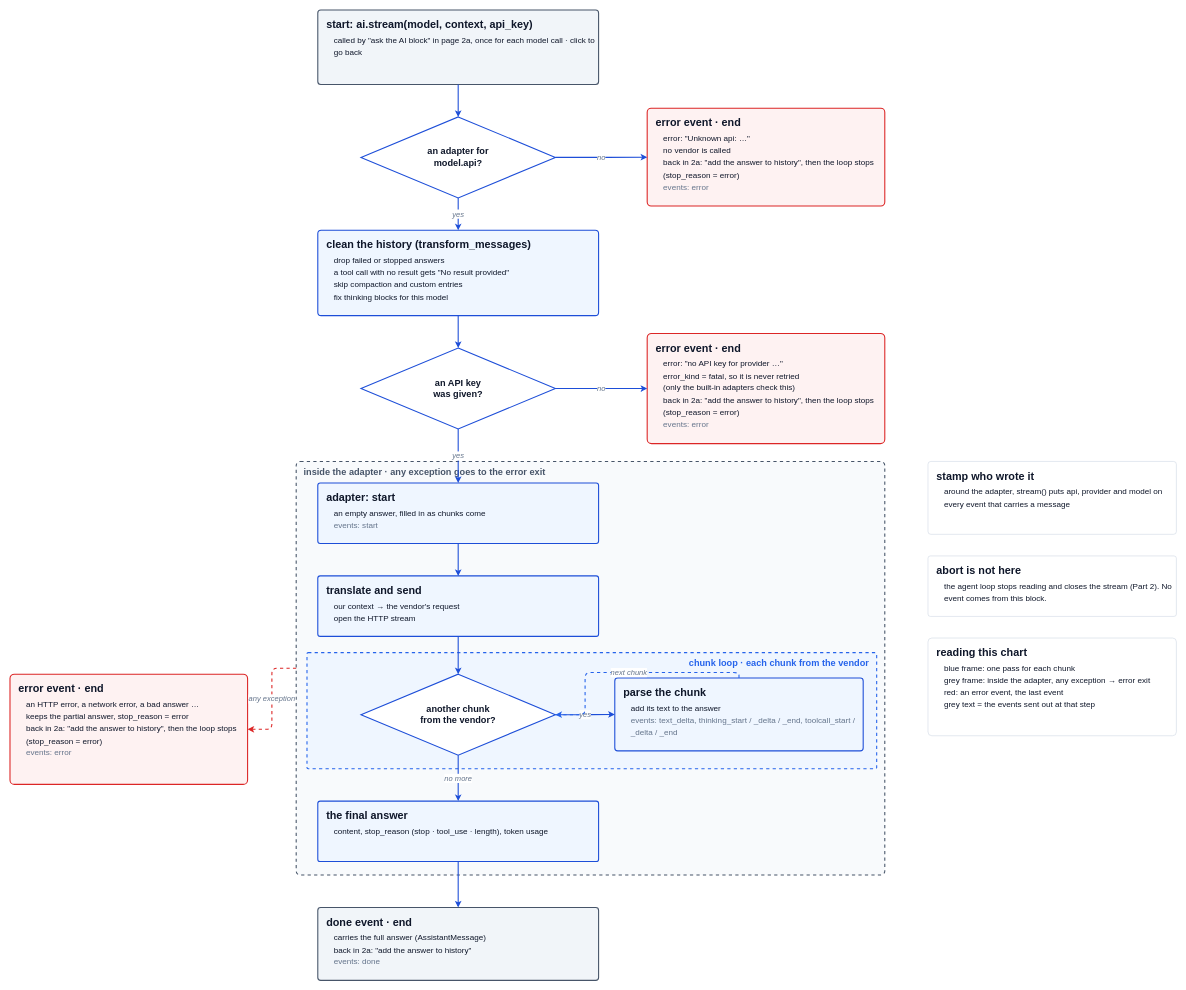
The draw.io diagram page "1a · ai.stream (flowchart)" (4 of 4) of docs/guidebook/img/architecture.drawio in danhugo/simp-agent, before the edit. Source tidied: cells renumbered, new cells numbered last; positions are measured from the earlier drawing's top-left corner, leaving out a move shared by most shapes. Both pictures are drawn from the tidied source at 54%, with x=0, y=0 at pixel (10, 10).
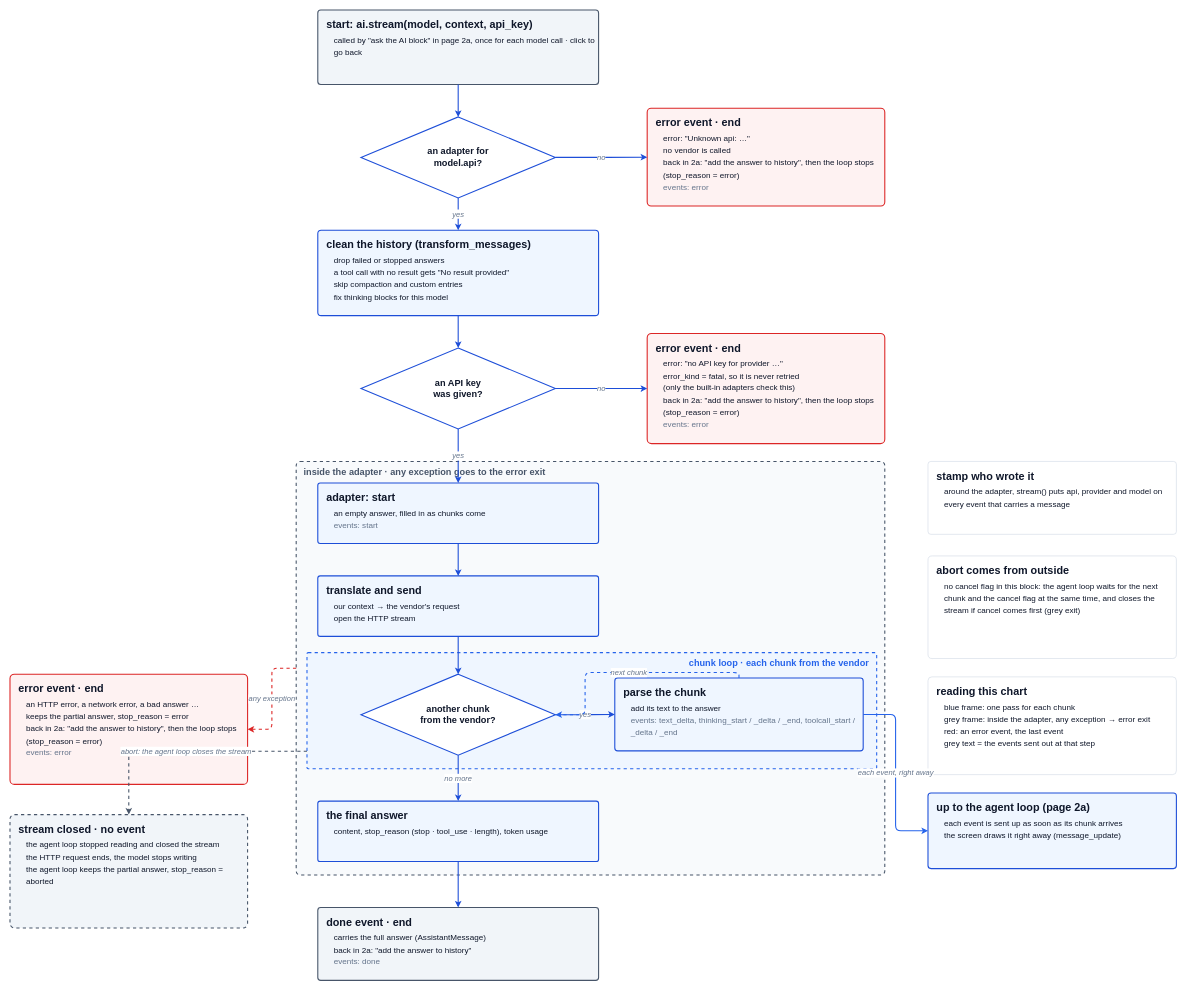
After the change.

Commit message (it also covers changes not shown here):
docs(guidebook): flowcharts show live streaming and abort from outside

The change refers to these unchanged cells:
```xml
<mxCell id="3" value="chunk loop · each chunk from the vendor" style="rounded=1;arcSize=1;whiteSpace=wrap;html=1;dashed=1;strokeWidth=2;fillColor=#eff6ff;strokeColor=#2563eb;fontColor=#2563eb;fontSize=17;fontStyle=1;verticalAlign=top;align=right;spacingLeft=12;spacingRight=12;spacingTop=4;" parent="1" vertex="1">
  <mxGeometry x="550" y="1190" width="1055" height="215" as="geometry" />
</mxCell>
<mxCell id="13" value="&lt;b style=&quot;font-size:20px&quot;&gt;parse the chunk&lt;/b&gt;&lt;div style=&quot;font-size:15px;line-height:1.5;margin-top:6px;padding-left:14px&quot;&gt;add its text to the answer&lt;br&gt;&lt;span style=&quot;color:#64748b&quot;&gt;events: text_delta, thinking_start / _delta / _end, toolcall_start / _delta / _end&lt;/span&gt;&lt;/div&gt;" style="whiteSpace=wrap;html=1;align=left;verticalAlign=top;spacingLeft=14;spacingTop=8;rounded=1;arcSize=4;strokeWidth=2;fontColor=#0f172a;fillColor=#eff6ff;strokeColor=#1d4ed8;" parent="1" vertex="1">
  <mxGeometry x="1120" y="1237" width="460" height="135" as="geometry" />
</mxCell>
```

The edit, as a diff of the source:
```diff
@@
-    <mxCell id="18" value="&lt;b style=&quot;font-size:20px&quot;&gt;abort is not here&lt;/b&gt;&lt;div style=&quot;font-size:15px;line-height:1.5;margin-top:6px;padding-left:14px&quot;&gt;the agent loop stops reading and closes the stream (Part 2). No event comes from this block.&lt;/div&gt;" style="whiteSpace=wrap;html=1;align=left;verticalAlign=top;spacingLeft=14;spacingTop=8;rounded=1;arcSize=4;strokeWidth=2;fontColor=#0f172a;fillColor=#ffffff;strokeColor=#cbd5e1;strokeWidth=1;" parent="1" vertex="1">
-      <mxGeometry x="1700" y="1011" width="460" height="112" as="geometry" />
+    <mxCell id="18" value="&lt;b style=&quot;font-size:20px&quot;&gt;abort comes from outside&lt;/b&gt;&lt;div style=&quot;font-size:15px;line-height:1.5;margin-top:6px;padding-left:14px&quot;&gt;no cancel flag in this block: the agent loop waits for the next chunk and the cancel flag at the same time, and closes the stream if cancel comes first (grey exit)&lt;/div&gt;" style="whiteSpace=wrap;html=1;align=left;verticalAlign=top;spacingLeft=14;spacingTop=8;rounded=1;arcSize=4;strokeWidth=2;fontColor=#0f172a;fillColor=#ffffff;strokeColor=#cbd5e1;strokeWidth=1;" parent="1" vertex="1">
+      <mxGeometry x="1700" y="1011" width="460" height="190" as="geometry" />
     </mxCell>
     <mxCell id="19" value="&lt;b style=&quot;font-size:20px&quot;&gt;reading this chart&lt;/b&gt;&lt;div style=&quot;font-size:15px;line-height:1.5;margin-top:6px;padding-left:14px&quot;&gt;blue frame: one pass for each chunk&lt;br&gt;grey frame: inside the adapter, any exception → error exit&lt;br&gt;red: an error event, the last event&lt;br&gt;grey text = the events sent out at that step&lt;/div&gt;" style="whiteSpace=wrap;html=1;align=left;verticalAlign=top;spacingLeft=14;spacingTop=8;rounded=1;arcSize=4;strokeWidth=2;fontColor=#0f172a;fillColor=#ffffff;strokeColor=#cbd5e1;strokeWidth=1;" parent="1" vertex="1">
-      <mxGeometry x="1700" y="1163" width="460" height="181" as="geometry" />
+      <mxGeometry x="1700" y="1235" width="460" height="181" as="geometry" />
     </mxCell>
@@
+    <mxCell id="33" value="&lt;b style=&quot;font-size:20px&quot;&gt;up to the agent loop (page 2a)&lt;/b&gt;&lt;div style=&quot;font-size:15px;line-height:1.5;margin-top:6px;padding-left:14px&quot;&gt;each event is sent up as soon as its chunk arrives&lt;br&gt;the screen draws it right away (message_update)&lt;/div&gt;" style="whiteSpace=wrap;html=1;align=left;verticalAlign=top;spacingLeft=14;spacingTop=8;rounded=1;arcSize=4;strokeWidth=2;fontColor=#0f172a;fillColor=#eff6ff;strokeColor=#1d4ed8;" parent="1" vertex="1">
+      <mxGeometry x="1700" y="1450" width="460" height="140" as="geometry" />
+    </mxCell>
+    <mxCell id="34" value="each event, right away" style="edgeStyle=orthogonalEdgeStyle;rounded=1;html=1;fontSize=14;fontStyle=2;fontColor=#64748b;strokeWidth=2;strokeColor=#2563eb;exitX=1;exitY=0.5;entryX=0;entryY=0.5;" parent="1" edge="1" source="13" target="33">
+      <mxGeometry relative="1" as="geometry" />
+    </mxCell>
+    <mxCell id="35" value="&lt;b style=&quot;font-size:20px&quot;&gt;stream closed · no event&lt;/b&gt;&lt;div style=&quot;font-size:15px;line-height:1.5;margin-top:6px;padding-left:14px&quot;&gt;the agent loop stopped reading and closed the stream&lt;br&gt;the HTTP request ends, the model stops writing&lt;br&gt;the agent loop keeps the partial answer, stop_reason = aborted&lt;/div&gt;" style="whiteSpace=wrap;html=1;align=left;verticalAlign=top;spacingLeft=14;spacingTop=8;rounded=1;arcSize=4;strokeWidth=2;fontColor=#0f172a;fillColor=#f1f5f9;strokeColor=#475569;dashed=1;" parent="1" vertex="1">
+      <mxGeometry y="1490" width="440" height="210" as="geometry" />
+    </mxCell>
+    <mxCell id="36" value="abort: the agent loop closes the stream" style="edgeStyle=orthogonalEdgeStyle;rounded=1;html=1;fontSize=14;fontStyle=2;fontColor=#64748b;strokeWidth=2;dashed=1;strokeColor=#475569;exitX=0;exitY=0.85;entryX=0.5;entryY=0;" parent="1" edge="1" source="3" target="35">
+      <mxGeometry relative="1" as="geometry" />
+    </mxCell>
```
